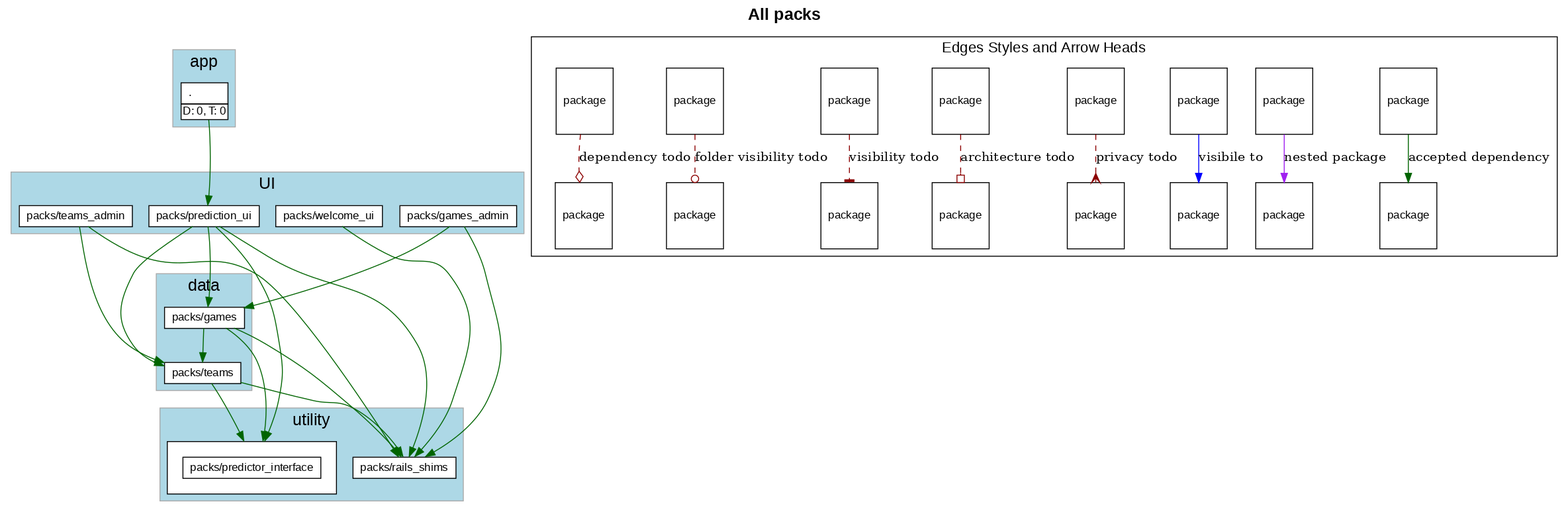
This is c9s01-b/sportsball/diagrams/all_packs.png from shageman/package-based-rails-applications-book, a Graphviz export, as it was before one commit. Its source is kept beside it as c9s01-b/sportsball/diagrams/all_packs.dot. Source of this version:
```dot
digraph package_diagram {
  rankdir=TD
  graph [
    labelloc="t"
    fontname="Helvetica,Arial,sans-serif"
    dpi=100
    layout=dot
    label=<<b>All packs</b><br/>>
    fontsize=18
  ]
  node [
    fontname="Helvetica,Arial,sans-serif"
    fontsize=26.0
    fontcolor=black
    fillcolor=white
    color=black
    height=1.0
    style=filled
    shape=plain
  ]
    subgraph app {
      shape=box
      color=darkgrey
      fillcolor=lightblue
      style=filled
        label="app"
        cluster=true
        rank = 0        "." [
            fontsize=12.0
            label= <
                <table border='0' cellborder='1' cellspacing='0' cellpadding='4'>
                  <tr> <td align='left'> . </td> </tr>
                  <tr><td CELLPADDING='1' ALIGN='RIGHT'>D: 0, T: 0</td></tr>
                </table>
              >
          ]

    }
    subgraph UI {
      shape=box
      color=darkgrey
      fillcolor=lightblue
      style=filled
        label="UI"
        cluster=true
        rank = 1        "packs/games_admin" [
            fontsize=12.0
            label= <
                <table border='0' cellborder='1' cellspacing='0' cellpadding='4'>
                  <tr> <td align='left'> packs/games_admin </td> </tr>
                </table>
              >
          ]

        "packs/prediction_ui" [
            fontsize=12.0
            label= <
                <table border='0' cellborder='1' cellspacing='0' cellpadding='4'>
                  <tr> <td align='left'> packs/prediction_ui </td> </tr>
                </table>
              >
          ]

        "packs/teams_admin" [
            fontsize=12.0
            label= <
                <table border='0' cellborder='1' cellspacing='0' cellpadding='4'>
                  <tr> <td align='left'> packs/teams_admin </td> </tr>
                </table>
              >
          ]

        "packs/welcome_ui" [
            fontsize=12.0
            label= <
                <table border='0' cellborder='1' cellspacing='0' cellpadding='4'>
                  <tr> <td align='left'> packs/welcome_ui </td> </tr>
                </table>
              >
          ]

    }
              "." -> "packs/games_admin" [ style=invis ]
              "." -> "packs/prediction_ui" [ style=invis ]
              "." -> "packs/teams_admin" [ style=invis ]
              "." -> "packs/welcome_ui" [ style=invis ]
    subgraph data {
      shape=box
      color=darkgrey
      fillcolor=lightblue
      style=filled
        label="data"
        cluster=true
        rank = 2        "packs/games" [
            fontsize=12.0
            label= <
                <table border='0' cellborder='1' cellspacing='0' cellpadding='4'>
                  <tr> <td align='left'> packs/games </td> </tr>
                </table>
              >
          ]

        "packs/teams" [
            fontsize=12.0
            label= <
                <table border='0' cellborder='1' cellspacing='0' cellpadding='4'>
                  <tr> <td align='left'> packs/teams </td> </tr>
                </table>
              >
          ]

    }
              "packs/games_admin" -> "packs/games" [ style=invis ]
              "packs/prediction_ui" -> "packs/games" [ style=invis ]
              "packs/teams_admin" -> "packs/games" [ style=invis ]
              "packs/welcome_ui" -> "packs/games" [ style=invis ]
              "packs/games_admin" -> "packs/teams" [ style=invis ]
              "packs/prediction_ui" -> "packs/teams" [ style=invis ]
              "packs/teams_admin" -> "packs/teams" [ style=invis ]
              "packs/welcome_ui" -> "packs/teams" [ style=invis ]
    subgraph utility {
      shape=box
      color=darkgrey
      fillcolor=lightblue
      style=filled
        label="utility"
        cluster=true
        rank = 3        "packs/predictor_interface" [
            fontsize=12.0
            label= <
                <table border='0' cellborder='1' cellspacing='0' cellpadding='16'><tr><td>
                  <table border='0' cellborder='1' cellspacing='0' cellpadding='4'>
                    <tr> <td port='private'> packs/predictor_interface </td> </tr>
                  </table>
                  </td></tr>
                  </table>
              >
          ]

        "packs/rails_shims" [
            fontsize=12.0
            label= <
                <table border='0' cellborder='1' cellspacing='0' cellpadding='4'>
                  <tr> <td align='left'> packs/rails_shims </td> </tr>
                </table>
              >
          ]

    }
              "packs/games" -> "packs/predictor_interface" [ style=invis ]
              "packs/teams" -> "packs/predictor_interface" [ style=invis ]
              "packs/games" -> "packs/rails_shims" [ style=invis ]
              "packs/teams" -> "packs/rails_shims" [ style=invis ]
    subgraph NotInLayer {
      shape=box
      color=darkgrey
      fillcolor=lightblue
      style=filled
        cluster=false
    }
          "." -> "packs/prediction_ui" [ color=darkgreen ]
          "packs/games" -> "packs/predictor_interface" [ color=darkgreen ]
          "packs/games" -> "packs/rails_shims" [ color=darkgreen ]
          "packs/games" -> "packs/teams" [ color=darkgreen ]
          "packs/games_admin" -> "packs/games" [ color=darkgreen ]
          "packs/games_admin" -> "packs/rails_shims" [ color=darkgreen ]
          "packs/prediction_ui" -> "packs/games" [ color=darkgreen ]
          "packs/prediction_ui" -> "packs/predictor_interface" [ color=darkgreen ]
          "packs/prediction_ui" -> "packs/rails_shims" [ color=darkgreen ]
          "packs/prediction_ui" -> "packs/teams" [ color=darkgreen ]
          "packs/teams" -> "packs/predictor_interface" [ color=darkgreen ]
          "packs/teams" -> "packs/rails_shims" [ color=darkgreen ]
          "packs/teams_admin" -> "packs/rails_shims" [ color=darkgreen ]
          "packs/teams_admin" -> "packs/teams" [ color=darkgreen ]
          "packs/welcome_ui" -> "packs/rails_shims" [ color=darkgreen ]
    subgraph cluster_legend {
      fontsize=16
      label="Edges Styles and Arrow Heads"
      A [ fontsize=12 shape=box label="package"]
      B [ fontsize=12 shape=box label="package"]
      A -> B [label="accepted dependency" color=darkgreen]
      M [ fontsize=12 shape=box label="package"]
      N [ fontsize=12 shape=box label="package"]
      M -> N [label="nested package" color=purple]
      O [ fontsize=12 shape=box label="package"]
      P [ fontsize=12 shape=box label="package"]
      O -> P [label="visibile to" color=blue]
      C [ fontsize=12 shape=box label="package"]
      D [ fontsize=12 shape=box label="package"]
      C -> D [label="privacy todo" color=darkred style=dashed arrowhead=crow]
      E [ fontsize=12 shape=box label="package"]
      F [ fontsize=12 shape=box label="package"]
      E -> F [label="architecture todo" color=darkred style=dashed arrowhead=obox]
      G [ fontsize=12 shape=box label="package"]
      H [ fontsize=12 shape=box label="package"]
      G -> H [label="visibility todo" color=darkred style=dashed arrowhead=tee]
      I [ fontsize=12 shape=box label="package"]
      J [ fontsize=12 shape=box label="package"]
      I -> J [label="folder visibility todo" color=darkred style=dashed arrowhead=odot]
      K [ fontsize=12 shape=box label="package"]
      L [ fontsize=12 shape=box label="package"]
      K -> L [label="dependency todo" color=darkred style=dashed arrowhead=odiamond]
      LEGEND_NODE_1 [ label="" peripheries=0 height=0 width=0 style=invis ]
      LEGEND_NODE_2 [ label="" peripheries=0 height=0 width=0 style=invis ]
      LEGEND_NODE_1 -> LEGEND_NODE_2 [ style=invis ]
    }
  subgraph cluster_teams_legend {
    fontsize=16
    label="Team Colors"


  }
    LEGEND_NODE_2 -> "" [style=invis]
}
```
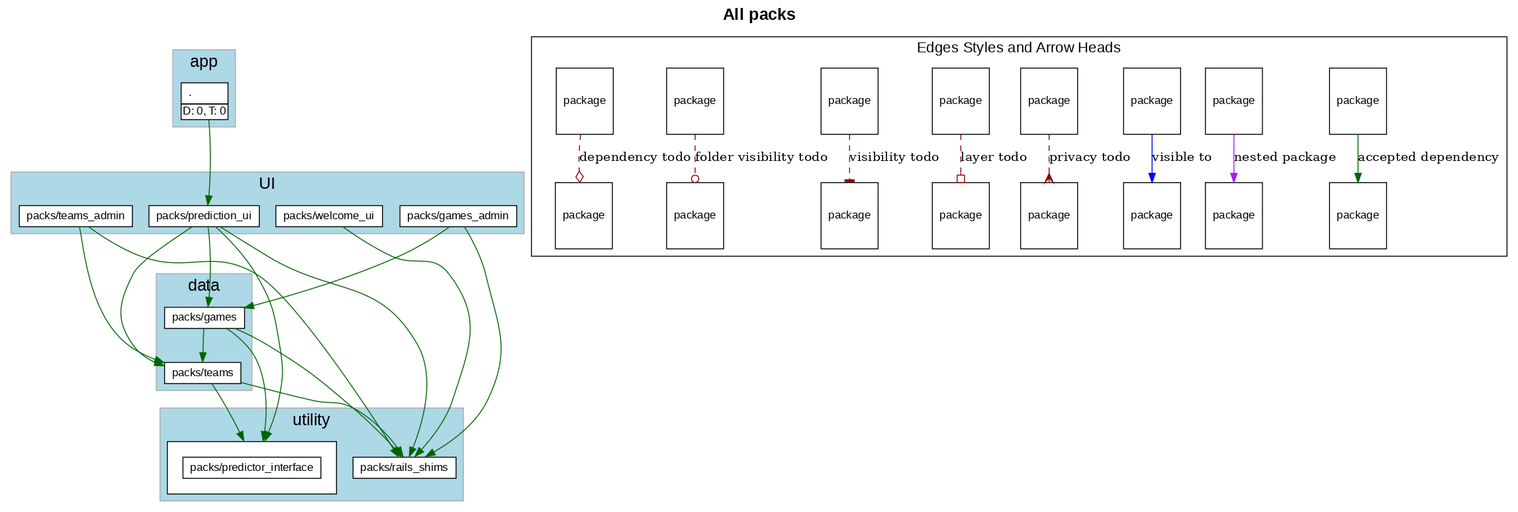
After the change.

What changed in the source:
```diff
@@ -184,13 +184,13 @@
       M -> N [label="nested package" color=purple]
       O [ fontsize=12 shape=box label="package"]
       P [ fontsize=12 shape=box label="package"]
-      O -> P [label="visibile to" color=blue]
+      O -> P [label="visible to" color=blue]
       C [ fontsize=12 shape=box label="package"]
       D [ fontsize=12 shape=box label="package"]
       C -> D [label="privacy todo" color=darkred style=dashed arrowhead=crow]
       E [ fontsize=12 shape=box label="package"]
       F [ fontsize=12 shape=box label="package"]
-      E -> F [label="architecture todo" color=darkred style=dashed arrowhead=obox]
+      E -> F [label="layer todo" color=darkred style=dashed arrowhead=obox]
       G [ fontsize=12 shape=box label="package"]
       H [ fontsize=12 shape=box label="package"]
       G -> H [label="visibility todo" color=darkred style=dashed arrowhead=tee]
```
